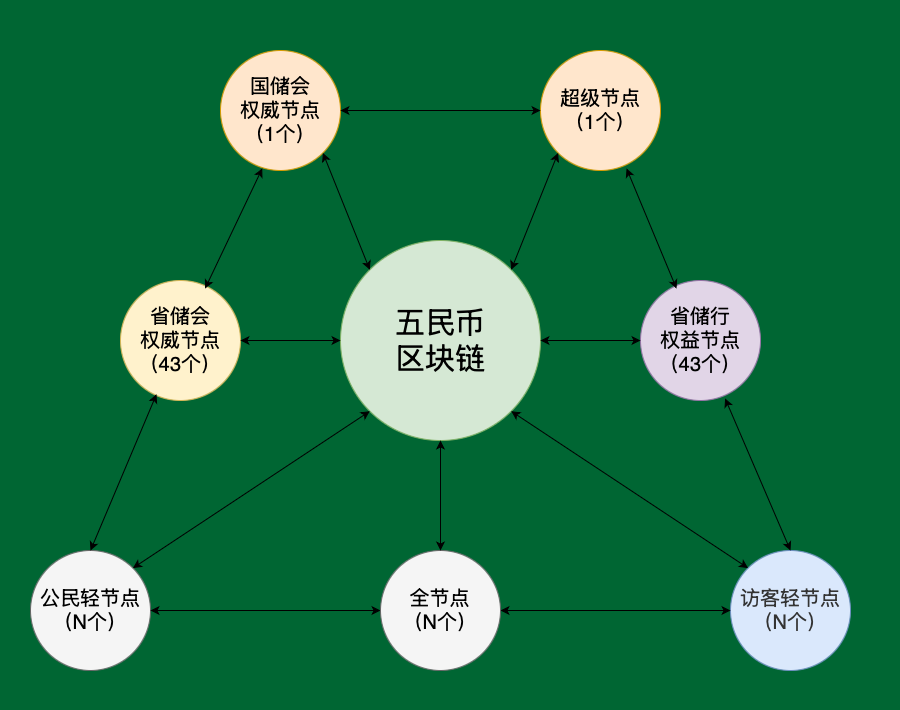
The draw.io diagram 文档库/节点图.png in wumindang/WMB, before a commit. Source tidied: cells renumbered, new cells last; positions are measured from the earlier drawing's top-left corner, leaving out a move shared by most shapes.
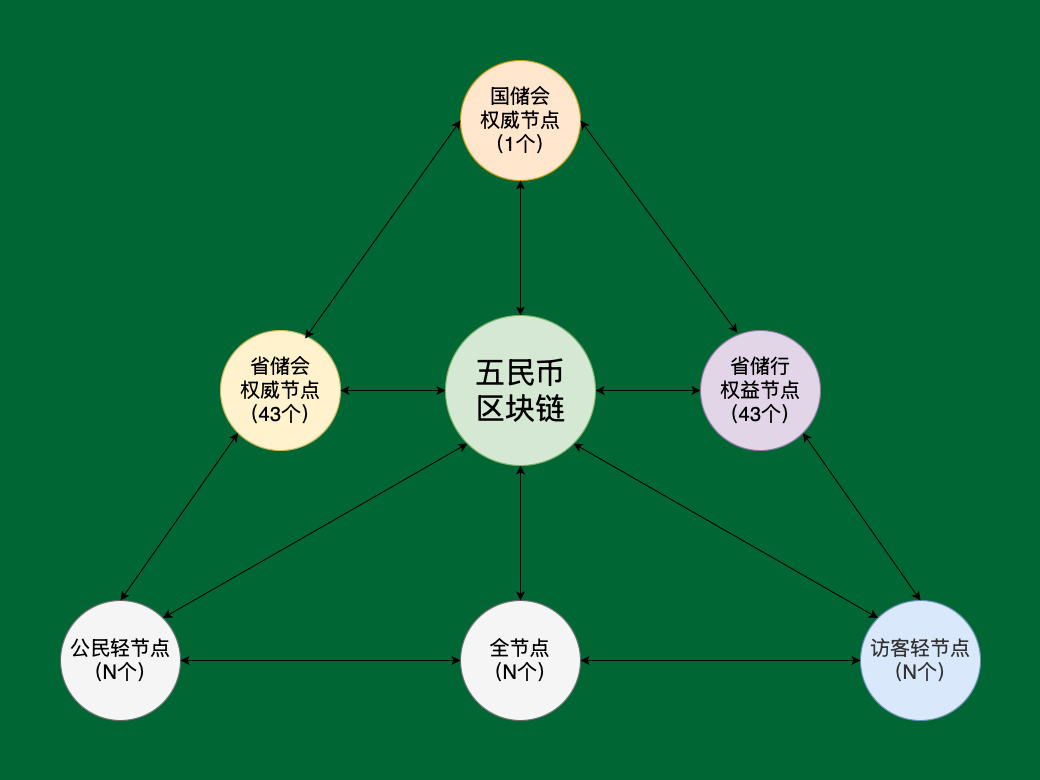
After the commit.

Change to the diagram source:
```diff
@@ -3,71 +3,55 @@
     <mxCell id="0" />
     <mxCell id="1" parent="0" />
     <mxCell id="2" style="rounded=0;whiteSpace=wrap;html=1;fillColor=none;strokeColor=none;" parent="1" vertex="1">
-      <mxGeometry y="10" width="900" height="700" as="geometry" />
+      <mxGeometry x="-80" y="-50" width="1040" height="780" as="geometry" />
     </mxCell>
-    <mxCell id="3" value="五民币&lt;div&gt;区块链&lt;/div&gt;" style="ellipse;whiteSpace=wrap;html=1;fillColor=#d5e8d4;strokeColor=#82b366;fontSize=30;" parent="1" vertex="1">
-      <mxGeometry x="340" y="240" width="200" height="200" as="geometry" />
-    </mxCell>
-    <mxCell id="4" value="&lt;div&gt;超级节点&lt;div&gt;（1个）&lt;/div&gt;&lt;/div&gt;" style="ellipse;whiteSpace=wrap;html=1;fontSize=20;fillColor=#ffe6cc;strokeColor=#d79b00;" parent="1" vertex="1">
-      <mxGeometry x="540" y="50" width="120" height="120" as="geometry" />
-    </mxCell>
     <mxCell id="5" value="国储会&lt;div&gt;权威节点&lt;/div&gt;&lt;div&gt;（1个）&lt;/div&gt;" style="ellipse;whiteSpace=wrap;html=1;fillColor=#ffe6cc;strokeColor=#d79b00;fontSize=20;align=center;" parent="1" vertex="1">
-      <mxGeometry x="220" y="50" width="120" height="120" as="geometry" />
+      <mxGeometry x="380" y="10" width="120" height="120" as="geometry" />
     </mxCell>
     <mxCell id="6" value="省储会&lt;div&gt;权威节点&lt;div&gt;（43个）&lt;/div&gt;&lt;/div&gt;" style="ellipse;whiteSpace=wrap;html=1;fillColor=#fff2cc;strokeColor=#d6b656;fontSize=20;" parent="1" vertex="1">
-      <mxGeometry x="120" y="280" width="120" height="120" as="geometry" />
+      <mxGeometry x="140" y="280" width="120" height="120" as="geometry" />
     </mxCell>
-    <mxCell id="7" value="省储行&lt;div&gt;权益节点&lt;div&gt;（43个）&lt;/div&gt;&lt;/div&gt;" style="ellipse;whiteSpace=wrap;html=1;fillColor=#e1d5e7;strokeColor=#9673a6;fontSize=20;" parent="1" vertex="1">
-      <mxGeometry x="640" y="280" width="120" height="120" as="geometry" />
-    </mxCell>
     <mxCell id="8" value="&lt;span style=&quot;caret-color: rgb(51, 51, 51); color: rgb(51, 51, 51);&quot;&gt;访客轻节点&lt;/span&gt;&lt;div style=&quot;caret-color: rgb(51, 51, 51); color: rgb(51, 51, 51);&quot;&gt;（N个）&lt;/div&gt;" style="ellipse;whiteSpace=wrap;html=1;fontSize=20;fillColor=#dae8fc;strokeColor=#6c8ebf;" parent="1" vertex="1">
-      <mxGeometry x="730" y="550" width="120" height="120" as="geometry" />
+      <mxGeometry x="780" y="550" width="120" height="120" as="geometry" />
     </mxCell>
     <mxCell id="9" value="&lt;span style=&quot;caret-color: rgb(0, 0, 0); color: rgb(0, 0, 0);&quot;&gt;公民轻节点&lt;/span&gt;&lt;div style=&quot;caret-color: rgb(0, 0, 0); color: rgb(0, 0, 0);&quot;&gt;（N个）&lt;/div&gt;" style="ellipse;whiteSpace=wrap;html=1;fillColor=#f5f5f5;fontColor=#333333;strokeColor=#666666;fontSize=20;" parent="1" vertex="1">
-      <mxGeometry x="30" y="550" width="120" height="120" as="geometry" />
+      <mxGeometry x="-20" y="550" width="120" height="120" as="geometry" />
     </mxCell>
-    <mxCell id="10" style="endArrow=classic;startArrow=classic;html=1;rounded=0;entryX=0;entryY=0.5;entryDx=0;entryDy=0;exitX=1;exitY=0.5;exitDx=0;exitDy=0;" parent="1" edge="1" source="5" target="4">
-      <mxGeometry relative="1" as="geometry" />
-    </mxCell>
-    <mxCell id="11" style="endArrow=classic;startArrow=classic;html=1;rounded=0;exitX=0.705;exitY=0.067;exitDx=0;exitDy=0;entryX=0.348;entryY=0.983;entryDx=0;entryDy=0;exitPerimeter=0;entryPerimeter=0;" parent="1" edge="1" source="6" target="5">
+    <mxCell id="11" style="endArrow=classic;startArrow=classic;html=1;rounded=0;exitX=0.705;exitY=0.067;exitDx=0;exitDy=0;entryX=0;entryY=0.5;entryDx=0;entryDy=0;exitPerimeter=0;" parent="1" edge="1" source="6" target="5">
       <mxGeometry relative="1" as="geometry" />
     </mxCell>
-    <mxCell id="12" style="endArrow=classic;startArrow=classic;html=1;rounded=0;exitX=0.3;exitY=0.948;exitDx=0;exitDy=0;entryX=0.5;entryY=0;entryDx=0;entryDy=0;exitPerimeter=0;" parent="1" edge="1" source="6" target="9">
+    <mxCell id="12" style="endArrow=classic;startArrow=classic;html=1;rounded=0;exitX=0;exitY=1;exitDx=0;exitDy=0;entryX=0.5;entryY=0;entryDx=0;entryDy=0;" parent="1" edge="1" source="6" target="9">
       <mxGeometry relative="1" as="geometry" />
     </mxCell>
-    <mxCell id="13" style="endArrow=classic;startArrow=classic;html=1;rounded=0;exitX=0.705;exitY=0.983;exitDx=0;exitDy=0;entryX=0.5;entryY=0;entryDx=0;entryDy=0;exitPerimeter=0;" parent="1" edge="1" source="7" target="8">
+    <mxCell id="13" style="endArrow=classic;startArrow=classic;html=1;rounded=0;exitX=1;exitY=1;exitDx=0;exitDy=0;entryX=0.5;entryY=0;entryDx=0;entryDy=0;" parent="1" edge="1" source="7" target="8">
       <mxGeometry relative="1" as="geometry" />
     </mxCell>
     <mxCell id="14" style="endArrow=classic;startArrow=classic;html=1;rounded=0;exitX=0;exitY=0.5;exitDx=0;exitDy=0;entryX=1;entryY=0.5;entryDx=0;entryDy=0;" parent="1" edge="1" source="25" target="9">
       <mxGeometry relative="1" as="geometry" />
     </mxCell>
-    <mxCell id="15" style="endArrow=classic;startArrow=classic;html=1;rounded=0;entryX=0.717;entryY=0.983;entryDx=0;entryDy=0;entryPerimeter=0;exitX=0.3;exitY=0.067;exitDx=0;exitDy=0;exitPerimeter=0;" parent="1" edge="1" source="7" target="4">
+    <mxCell id="15" style="endArrow=classic;startArrow=classic;html=1;rounded=0;entryX=1;entryY=0.5;entryDx=0;entryDy=0;exitX=0.307;exitY=0.02;exitDx=0;exitDy=0;exitPerimeter=0;" parent="1" edge="1" source="7" target="5">
       <mxGeometry relative="1" as="geometry" />
     </mxCell>
     <mxCell id="16" style="endArrow=classic;startArrow=classic;html=1;rounded=0;exitX=1;exitY=0.5;exitDx=0;exitDy=0;entryX=0;entryY=0.5;entryDx=0;entryDy=0;" parent="1" edge="1" source="6" target="3">
       <mxGeometry relative="1" as="geometry" />
     </mxCell>
-    <mxCell id="17" style="endArrow=classic;startArrow=classic;html=1;rounded=0;exitX=1;exitY=1;exitDx=0;exitDy=0;entryX=0;entryY=0;entryDx=0;entryDy=0;" parent="1" edge="1" source="5" target="3">
+    <mxCell id="17" style="endArrow=classic;startArrow=classic;html=1;rounded=0;exitX=0.5;exitY=1;exitDx=0;exitDy=0;entryX=0.5;entryY=0;entryDx=0;entryDy=0;" parent="1" edge="1" source="5" target="3">
       <mxGeometry relative="1" as="geometry" />
     </mxCell>
     <mxCell id="18" style="endArrow=classic;startArrow=classic;html=1;rounded=0;exitX=1;exitY=0;exitDx=0;exitDy=0;entryX=0;entryY=1;entryDx=0;entryDy=0;" parent="1" edge="1" source="9" target="3">
       <mxGeometry relative="1" as="geometry" />
     </mxCell>
-    <mxCell id="19" style="endArrow=classic;startArrow=classic;html=1;rounded=0;entryX=0;entryY=1;entryDx=0;entryDy=0;exitX=1;exitY=0;exitDx=0;exitDy=0;" parent="1" edge="1" source="3" target="4">
-      <mxGeometry relative="1" as="geometry" />
-    </mxCell>
     <mxCell id="20" style="endArrow=classic;startArrow=classic;html=1;rounded=0;exitX=1;exitY=0.5;exitDx=0;exitDy=0;entryX=0;entryY=0.5;entryDx=0;entryDy=0;" parent="1" edge="1" source="3" target="7">
       <mxGeometry relative="1" as="geometry" />
     </mxCell>
     <mxCell id="21" style="endArrow=classic;startArrow=classic;html=1;rounded=0;entryX=1;entryY=1;entryDx=0;entryDy=0;exitX=0;exitY=0;exitDx=0;exitDy=0;" parent="1" edge="1" source="8" target="3">
       <mxGeometry relative="1" as="geometry" />
     </mxCell>
-    <mxCell id="22" style="endArrow=none;dashed=1;html=1;dashPattern=1 3;strokeWidth=2;rounded=0;labelBackgroundColor=none;fontColor=none;noLabel=1;fontSize=1;strokeColor=none;" parent="1" edge="1">
+    <mxCell id="22" style="endArrow=none;dashed=1;html=1;dashPattern=1 3;strokeWidth=2;rounded=0;labelBackgroundColor=none;fontColor=none;noLabel=1;fontSize=1;strokeColor=none;" parent="1" edge="1" source="3">
       <mxGeometry relative="1" as="geometry">
-        <mxPoint x="850" y="350" as="sourcePoint" />
         <mxPoint x="20" y="340" as="targetPoint" />
         <Array as="points">
-          <mxPoint x="510" y="350" />
+          <mxPoint x="220" y="340" />
         </Array>
       </mxGeometry>
     </mxCell>
@@ -86,5 +70,23 @@
     <mxCell id="26" style="endArrow=classic;startArrow=classic;html=1;rounded=0;entryX=0.5;entryY=1;entryDx=0;entryDy=0;exitX=0.5;exitY=0;exitDx=0;exitDy=0;" parent="1" edge="1" source="25" target="3">
       <mxGeometry relative="1" as="geometry" />
     </mxCell>
+    <mxCell id="27" style="endArrow=none;dashed=1;html=1;dashPattern=1 3;strokeWidth=2;rounded=0;labelBackgroundColor=none;fontColor=none;noLabel=1;fontSize=1;strokeColor=none;" parent="1" edge="1" source="7" target="3">
+      <mxGeometry relative="1" as="geometry">
+        <Array as="points">
+          <mxPoint x="510" y="350" />
+        </Array>
+      </mxGeometry>
+    </mxCell>
+    <mxCell id="3" value="五民币&lt;div&gt;区块链&lt;/div&gt;" style="ellipse;whiteSpace=wrap;html=1;fillColor=#d5e8d4;strokeColor=#82b366;fontSize=30;" parent="1" vertex="1">
+      <mxGeometry x="365" y="265" width="150" height="150" as="geometry" />
+    </mxCell>
+    <mxCell id="28" style="endArrow=none;dashed=1;html=1;dashPattern=1 3;strokeWidth=2;rounded=0;labelBackgroundColor=none;fontColor=none;noLabel=1;fontSize=1;strokeColor=none;" parent="1" edge="1" target="7">
+      <mxGeometry relative="1" as="geometry">
+        <mxPoint x="850" y="350" as="sourcePoint" />
+      </mxGeometry>
+    </mxCell>
+    <mxCell id="7" value="省储行&lt;div&gt;权益节点&lt;div&gt;（43个）&lt;/div&gt;&lt;/div&gt;" style="ellipse;whiteSpace=wrap;html=1;fillColor=#e1d5e7;strokeColor=#9673a6;fontSize=20;" parent="1" vertex="1">
+      <mxGeometry x="620" y="280" width="120" height="120" as="geometry" />
+    </mxCell>
   </root>
 </mxGraphModel>
```
